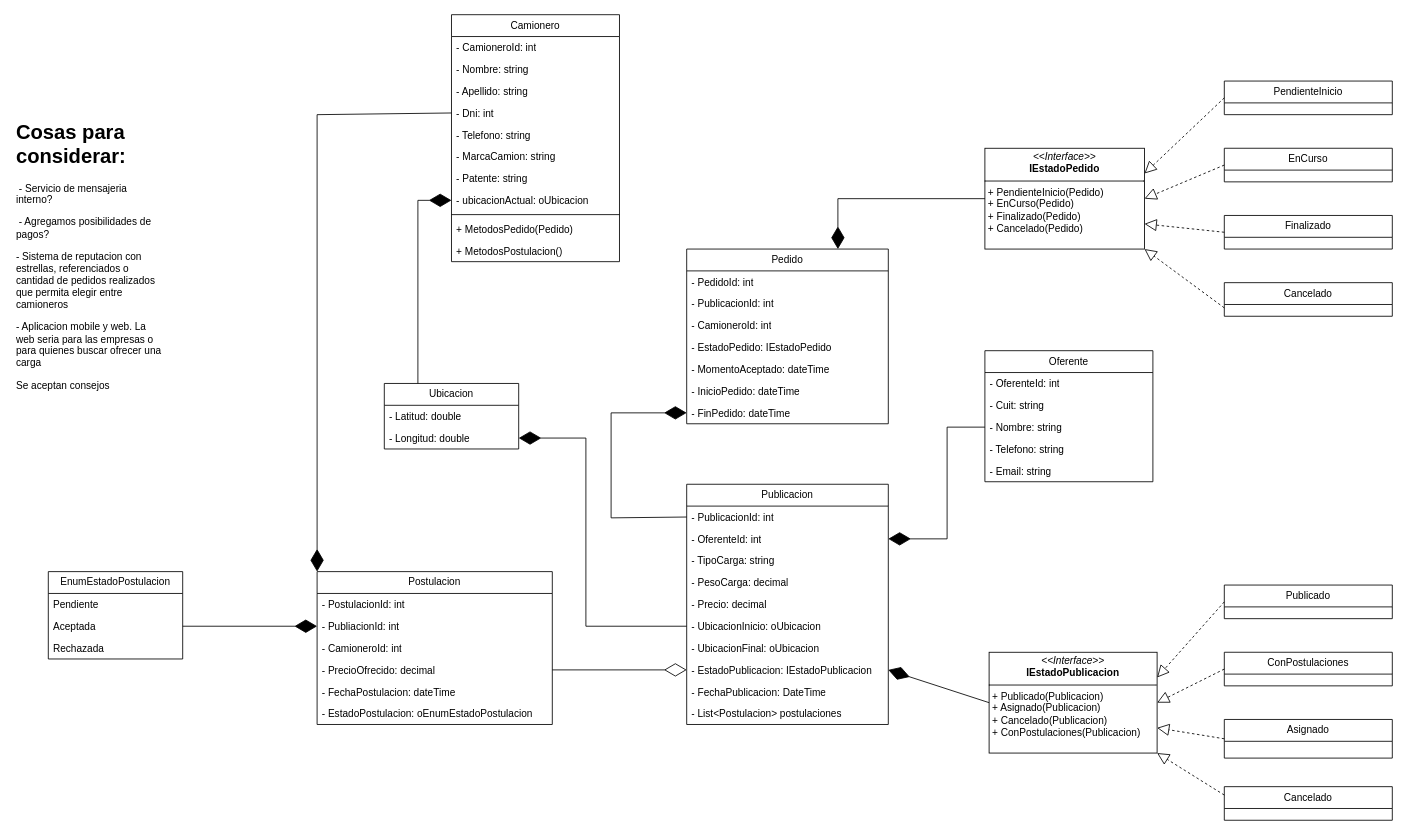
Before: CargaGO.drawio in Francisco-Galea/Diagramas-y-Otros, a draw.io diagram. Source tidied: cells renumbered, new cells numbered last; positions are measured from the earlier drawing's top-left corner, leaving out a move shared by most shapes. Both pictures are drawn from the tidied source at 84%, with x=0, y=0 at pixel (14, 14).
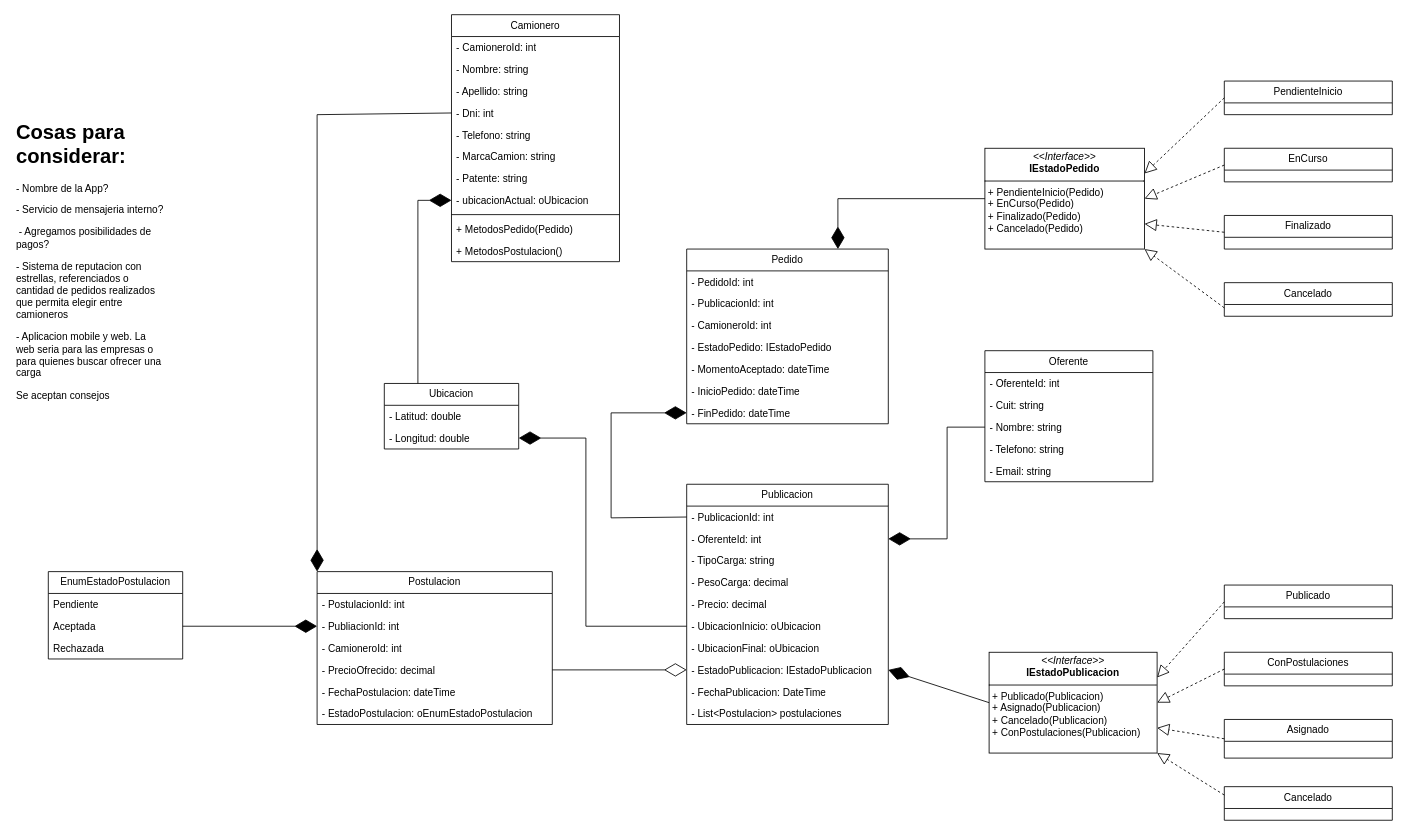
The same page after the edit.

The edit, as a diff of the source:
```diff
@@
-    <mxCell id="80" value="&lt;h1 style=&quot;margin-top: 0px;&quot;&gt;Cosas para considerar:&lt;/h1&gt;&lt;p&gt;&amp;nbsp;- Servicio de mensajeria interno?&lt;/p&gt;&lt;p&gt;&amp;nbsp;- Agregamos posibilidades de pagos?&lt;/p&gt;&lt;p&gt;- Sistema de reputacion con estrellas, referenciados o cantidad de pedidos realizados que permita elegir entre camioneros&lt;/p&gt;&lt;p&gt;- Aplicacion mobile y web. La web seria para las empresas o para quienes buscar ofrecer una carga&lt;/p&gt;&lt;p&gt;Se aceptan consejos&lt;/p&gt;&lt;p&gt;&lt;br&gt;&lt;/p&gt;&lt;p&gt;&lt;br&gt;&lt;/p&gt;" style="text;html=1;whiteSpace=wrap;overflow=hidden;rounded=0;" parent="1" vertex="1">
+    <mxCell id="80" value="&lt;h1 style=&quot;margin-top: 0px;&quot;&gt;Cosas para considerar:&lt;/h1&gt;&lt;p&gt;- Nombre de la App?&amp;nbsp;&lt;/p&gt;&lt;p&gt;- Servicio de mensajeria interno?&lt;/p&gt;&lt;p&gt;&amp;nbsp;- Agregamos posibilidades de pagos?&lt;/p&gt;&lt;p&gt;- Sistema de reputacion con estrellas, referenciados o cantidad de pedidos realizados que permita elegir entre camioneros&lt;/p&gt;&lt;p&gt;- Aplicacion mobile y web. La web seria para las empresas o para quienes buscar ofrecer una carga&lt;/p&gt;&lt;p&gt;Se aceptan consejos&lt;/p&gt;&lt;p&gt;&lt;br&gt;&lt;/p&gt;&lt;p&gt;&lt;br&gt;&lt;/p&gt;" style="text;html=1;whiteSpace=wrap;overflow=hidden;rounded=0;" parent="1" vertex="1">
       <mxGeometry y="119" width="180" height="360" as="geometry" />
     </mxCell>
```
